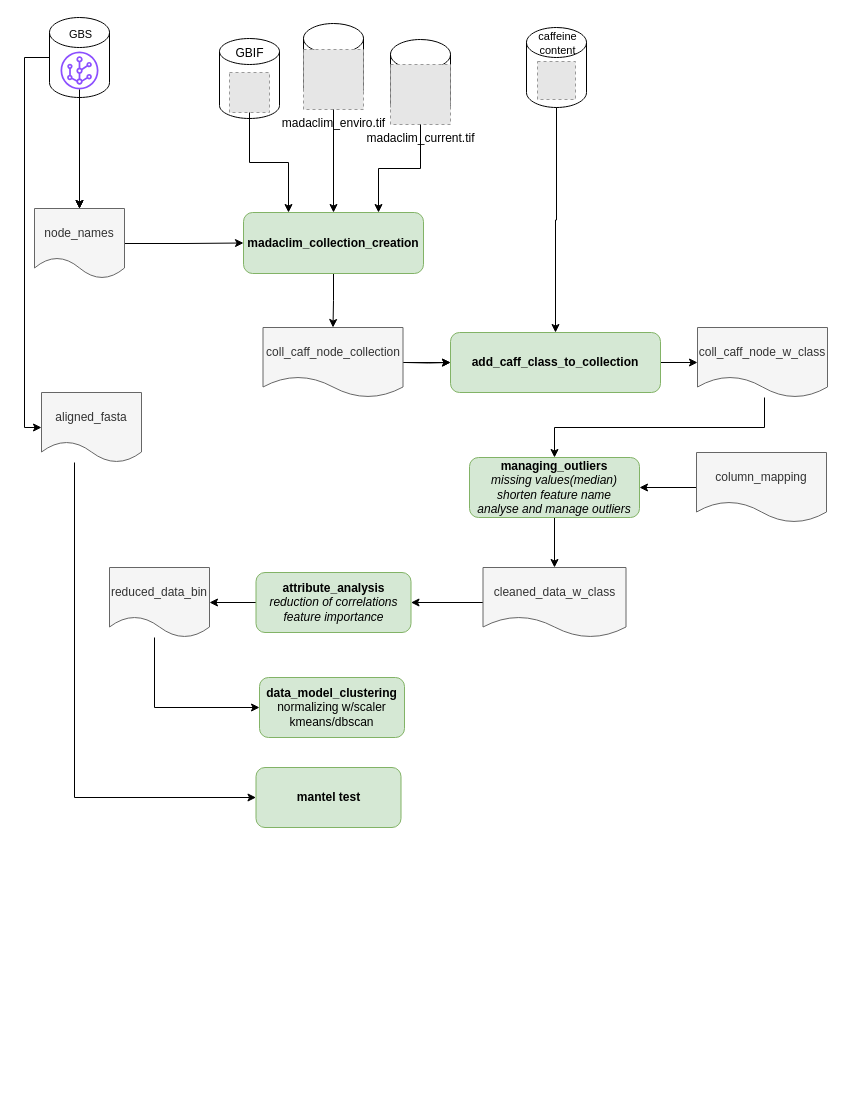
This is page "scripts" (3 of 3) of img/pipeline.drawio from tahiri-lab/py_madaclim, a draw.io file, before an edit. Source tidied: cells renumbered, new cells numbered last; positions are measured from the earlier drawing's top-left corner, leaving out a move shared by most shapes. Both pictures are drawn from the tidied source at 100%, with x=0, y=0 at pixel (24, 17). Pictures stored in the file or linked from it are replaced by grey dashed boxes.
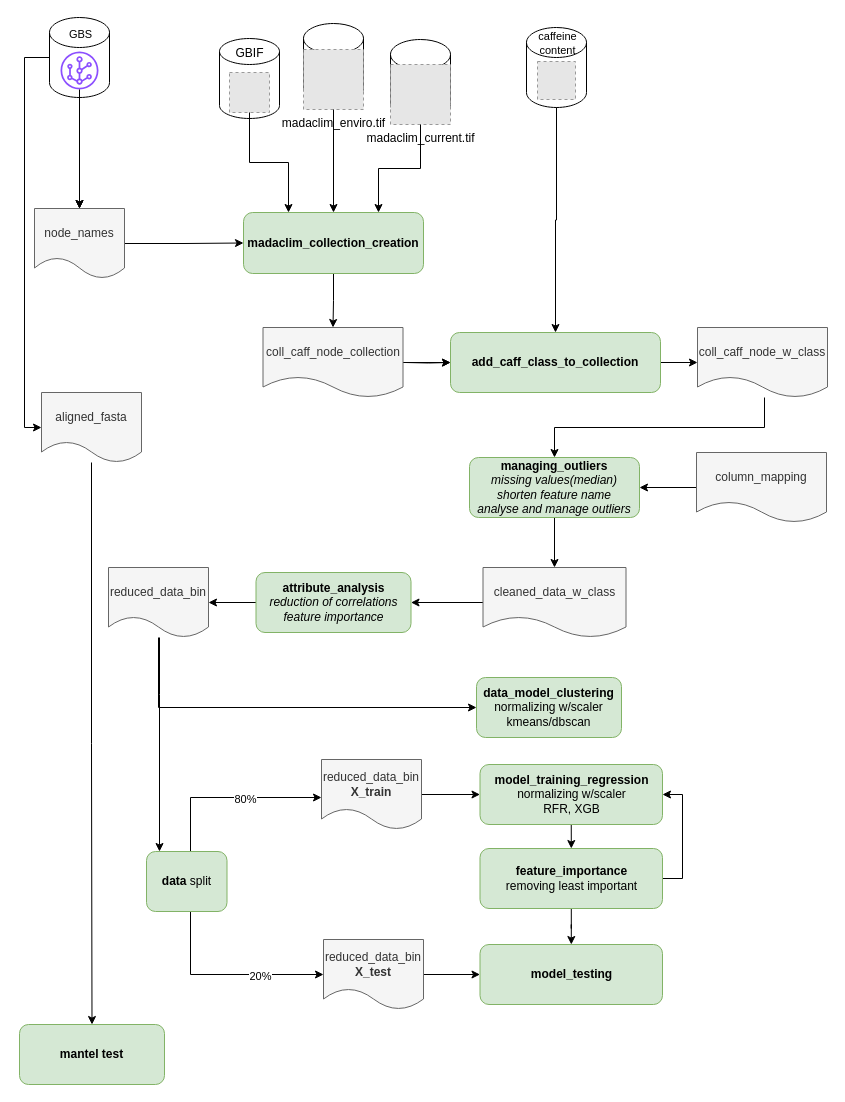
The same diagram, later.

Commit message:
Mettre à jour pipeline.drawio

Unchanged cells that the change refers to:
```xml
<mxCell id="12" value="aligned_fasta" style="shape=document;whiteSpace=wrap;html=1;boundedLbl=1;dashed=0;flipH=1;fillColor=#f5f5f5;fontColor=#333333;strokeColor=#666666;" parent="1" vertex="1">
  <mxGeometry x="17" y="375" width="100" height="70" as="geometry" />
</mxCell>
```

The edit, as a diff of the source:
```diff
@@
-    <mxCell id="11" style="edgeStyle=orthogonalEdgeStyle;rounded=0;jettySize=auto;html=1;entryX=0;entryY=0.5;entryDx=0;entryDy=0;" parent="1" edge="1" source="12" target="51">
-      <mxGeometry relative="1" as="geometry">
-        <Array as="points">
-          <mxPoint x="50" y="780" />
-        </Array>
-      </mxGeometry>
-    </mxCell>
@@
     <mxCell id="13" style="edgeStyle=orthogonalEdgeStyle;rounded=0;jettySize=auto;html=1;entryX=0;entryY=0.5;entryDx=0;entryDy=0;" parent="1" edge="1" source="14" target="49">
       <mxGeometry relative="1" as="geometry">
         <Array as="points">
-          <mxPoint x="130" y="690" />
+          <mxPoint x="134" y="690" />
         </Array>
       </mxGeometry>
     </mxCell>
     <mxCell id="14" value="reduced_data_bin" style="shape=document;whiteSpace=wrap;html=1;boundedLbl=1;dashed=0;flipH=1;fillColor=#f5f5f5;fontColor=#333333;strokeColor=#666666;" parent="1" vertex="1">
-      <mxGeometry x="85" y="550" width="100" height="70" as="geometry" />
+      <mxGeometry x="84" y="550" width="100" height="70" as="geometry" />
     </mxCell>
@@
     <mxCell id="49" value="data_model_clustering&lt;div&gt;&lt;span style=&quot;font-weight: 400;&quot;&gt;normalizing w/scaler&lt;br&gt;&lt;/span&gt;&lt;span style=&quot;font-weight: 400; background-color: initial;&quot;&gt;kmeans/dbscan&lt;br&gt;&lt;/span&gt;&lt;/div&gt;" style="rounded=1;whiteSpace=wrap;html=1;fillColor=#d5e8d4;strokeColor=#82b366;fontStyle=1;" parent="1" vertex="1">
-      <mxGeometry x="235" y="660" width="145" height="60" as="geometry" />
+      <mxGeometry x="452" y="660" width="145" height="60" as="geometry" />
     </mxCell>
@@
     <mxCell id="51" value="mantel test" style="rounded=1;whiteSpace=wrap;html=1;fillColor=#d5e8d4;strokeColor=#82b366;fontStyle=1;" parent="1" vertex="1">
-      <mxGeometry x="231.5" y="750" width="145" height="60" as="geometry" />
+      <mxGeometry x="-5" y="1007" width="145" height="60" as="geometry" />
     </mxCell>
@@
+    <mxCell id="54" style="edgeStyle=orthogonalEdgeStyle;rounded=0;jettySize=auto;html=1;exitX=0.5;exitY=1;exitDx=0;exitDy=0;" parent="1" edge="1" source="55" target="58">
+      <mxGeometry relative="1" as="geometry" />
+    </mxCell>
+    <mxCell id="55" value="model_training_regression&lt;div&gt;&lt;span style=&quot;font-weight: 400;&quot;&gt;normalizing w/scaler&lt;br&gt;&lt;/span&gt;&lt;span style=&quot;font-weight: 400; background-color: initial;&quot;&gt;RFR, XGB&lt;/span&gt;&lt;/div&gt;" style="rounded=1;whiteSpace=wrap;html=1;fillColor=#d5e8d4;strokeColor=#82b366;fontStyle=1;" parent="1" vertex="1">
+      <mxGeometry x="455.5" y="747" width="182.5" height="60" as="geometry" />
+    </mxCell>
+    <mxCell id="56" style="edgeStyle=orthogonalEdgeStyle;rounded=0;jettySize=auto;html=1;entryX=1;entryY=0.5;entryDx=0;entryDy=0;exitX=1;exitY=0.5;exitDx=0;exitDy=0;" parent="1" edge="1" source="58" target="55">
+      <mxGeometry relative="1" as="geometry" />
+    </mxCell>
+    <mxCell id="57" style="edgeStyle=orthogonalEdgeStyle;rounded=0;jettySize=auto;html=1;" parent="1" edge="1" source="58" target="59">
+      <mxGeometry relative="1" as="geometry" />
+    </mxCell>
+    <mxCell id="58" value="feature_importance&lt;div&gt;&lt;span style=&quot;font-weight: 400; background-color: initial;&quot;&gt;removing least important&lt;/span&gt;&lt;/div&gt;" style="rounded=1;whiteSpace=wrap;html=1;fillColor=#d5e8d4;strokeColor=#82b366;fontStyle=1;" parent="1" vertex="1">
+      <mxGeometry x="455.5" y="831" width="182.5" height="60" as="geometry" />
+    </mxCell>
+    <mxCell id="11" style="edgeStyle=orthogonalEdgeStyle;rounded=0;jettySize=auto;html=1;" parent="1" edge="1" source="12" target="51">
+      <mxGeometry relative="1" as="geometry" />
+    </mxCell>
+    <mxCell id="59" value="model_testing" style="rounded=1;whiteSpace=wrap;html=1;fillColor=#d5e8d4;strokeColor=#82b366;fontStyle=1;" parent="1" vertex="1">
+      <mxGeometry x="455.5" y="927" width="182.5" height="60" as="geometry" />
+    </mxCell>
+    <mxCell id="60" style="edgeStyle=orthogonalEdgeStyle;rounded=0;jettySize=auto;html=1;exitX=1;exitY=0.5;exitDx=0;exitDy=0;" parent="1" edge="1" source="61" target="55">
+      <mxGeometry relative="1" as="geometry" />
+    </mxCell>
+    <mxCell id="61" value="reduced_data_bin&lt;div&gt;&lt;b&gt;X_train&lt;/b&gt;&lt;/div&gt;" style="shape=document;whiteSpace=wrap;html=1;boundedLbl=1;dashed=0;flipH=1;fillColor=#f5f5f5;fontColor=#333333;strokeColor=#666666;" parent="1" vertex="1">
+      <mxGeometry x="297" y="742" width="100" height="70" as="geometry" />
+    </mxCell>
+    <mxCell id="62" style="edgeStyle=orthogonalEdgeStyle;rounded=0;jettySize=auto;html=1;exitX=1;exitY=0.5;exitDx=0;exitDy=0;" parent="1" edge="1" source="63" target="59">
+      <mxGeometry relative="1" as="geometry" />
+    </mxCell>
+    <mxCell id="63" value="reduced_data_bin&lt;div&gt;&lt;b&gt;X_test&lt;/b&gt;&lt;/div&gt;" style="shape=document;whiteSpace=wrap;html=1;boundedLbl=1;dashed=0;flipH=1;fillColor=#f5f5f5;fontColor=#333333;strokeColor=#666666;" parent="1" vertex="1">
+      <mxGeometry x="299" y="922" width="100" height="70" as="geometry" />
+    </mxCell>
+    <mxCell id="64" style="edgeStyle=orthogonalEdgeStyle;rounded=0;jettySize=auto;html=1;" parent="1" edge="1" source="68" target="61">
+      <mxGeometry relative="1" as="geometry">
+        <Array as="points">
+          <mxPoint x="166" y="780" />
+        </Array>
+      </mxGeometry>
+    </mxCell>
+    <mxCell id="65" value="80%" style="edgeLabel;html=1;align=center;verticalAlign=middle;" parent="64" vertex="1">
+      <mxGeometry x="0.17" y="-1" relative="1" as="geometry" />
+    </mxCell>
+    <mxCell id="66" style="edgeStyle=orthogonalEdgeStyle;rounded=0;jettySize=auto;html=1;entryX=0;entryY=0.5;entryDx=0;entryDy=0;" parent="1" edge="1" source="68" target="63">
+      <mxGeometry relative="1" as="geometry">
+        <Array as="points">
+          <mxPoint x="166" y="957" />
+        </Array>
+      </mxGeometry>
+    </mxCell>
+    <mxCell id="67" value="20%" style="edgeLabel;html=1;align=center;verticalAlign=middle;" parent="66" vertex="1">
+      <mxGeometry x="0.35" y="-1" relative="1" as="geometry" />
+    </mxCell>
+    <mxCell id="68" value="data&lt;span style=&quot;font-weight: 400;&quot;&gt;&amp;nbsp;split&lt;/span&gt;" style="rounded=1;whiteSpace=wrap;html=1;fillColor=#d5e8d4;strokeColor=#82b366;fontStyle=1;" parent="1" vertex="1">
+      <mxGeometry x="122" y="834" width="80.5" height="60" as="geometry" />
+    </mxCell>
+    <mxCell id="69" style="edgeStyle=orthogonalEdgeStyle;rounded=0;jettySize=auto;html=1;" parent="1" edge="1" source="14" target="68">
+      <mxGeometry relative="1" as="geometry">
+        <Array as="points">
+          <mxPoint x="135" y="677" />
+          <mxPoint x="135" y="677" />
+        </Array>
+      </mxGeometry>
+    </mxCell>
```
